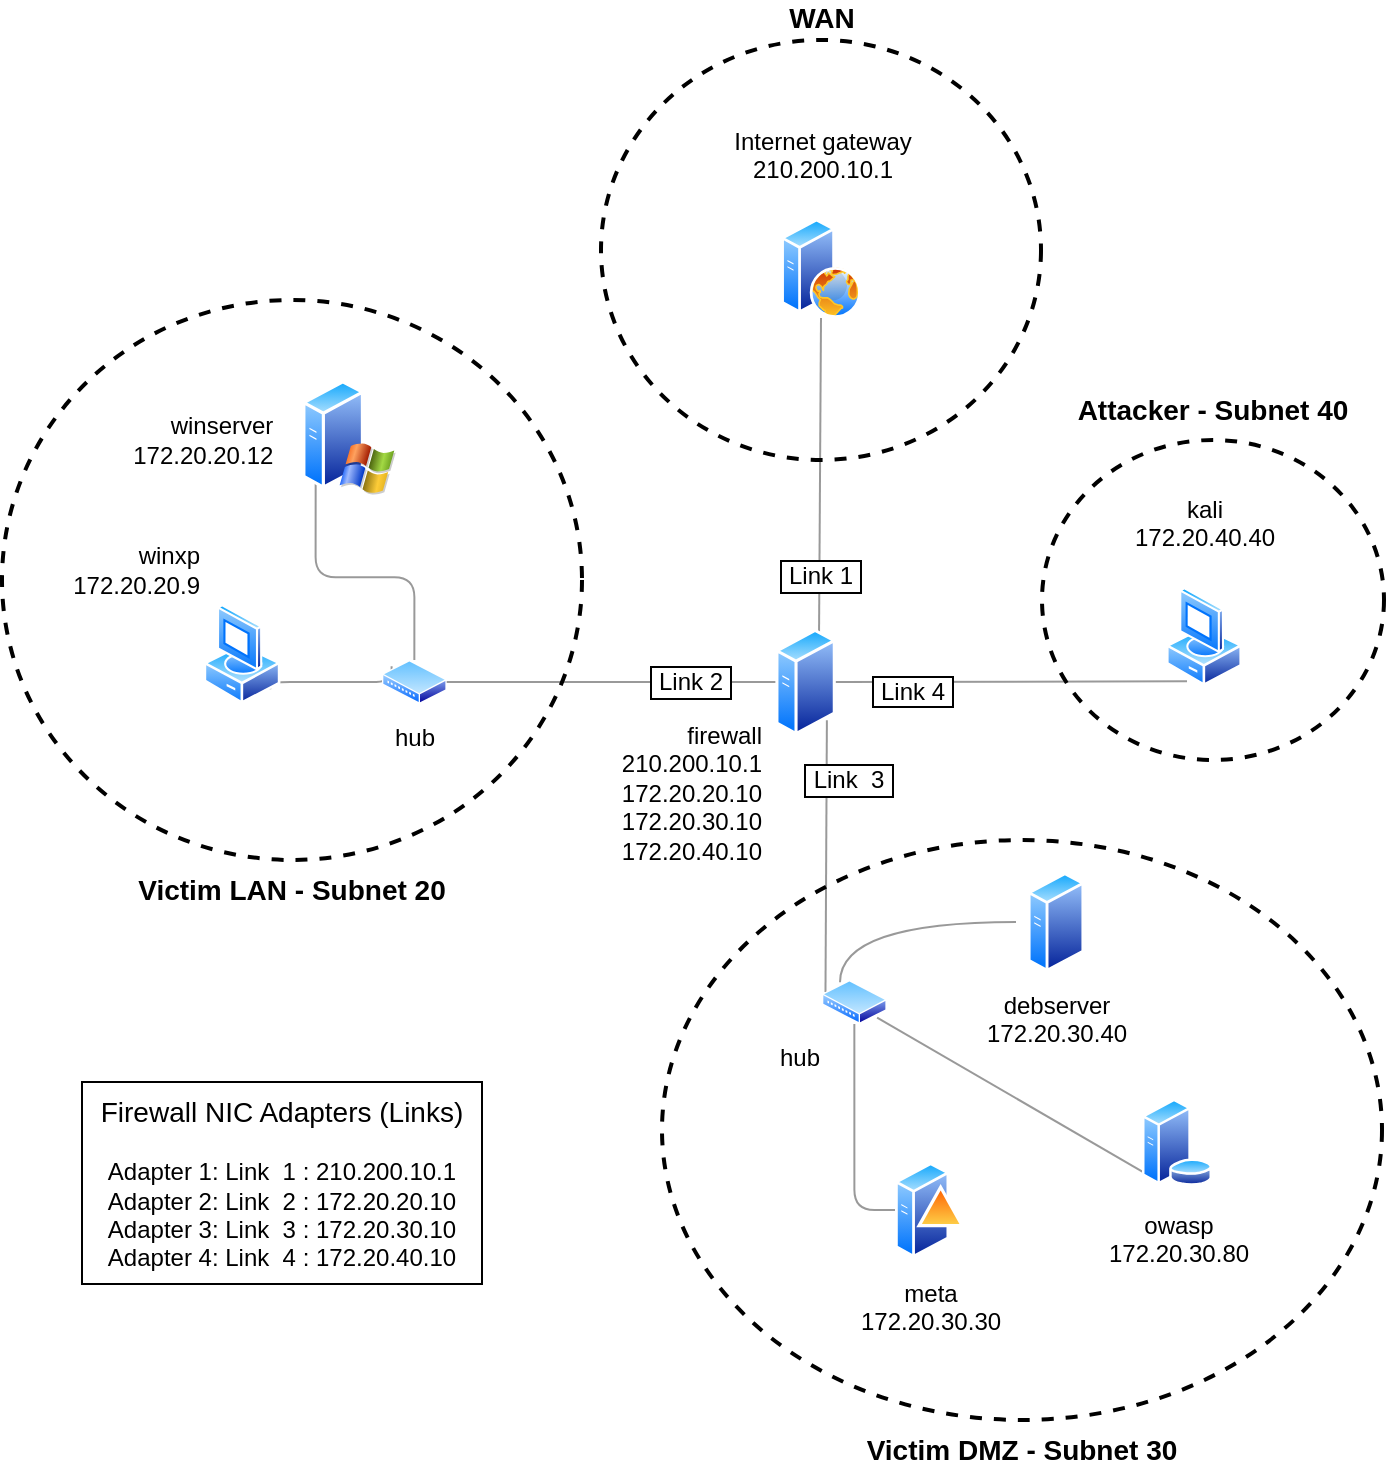
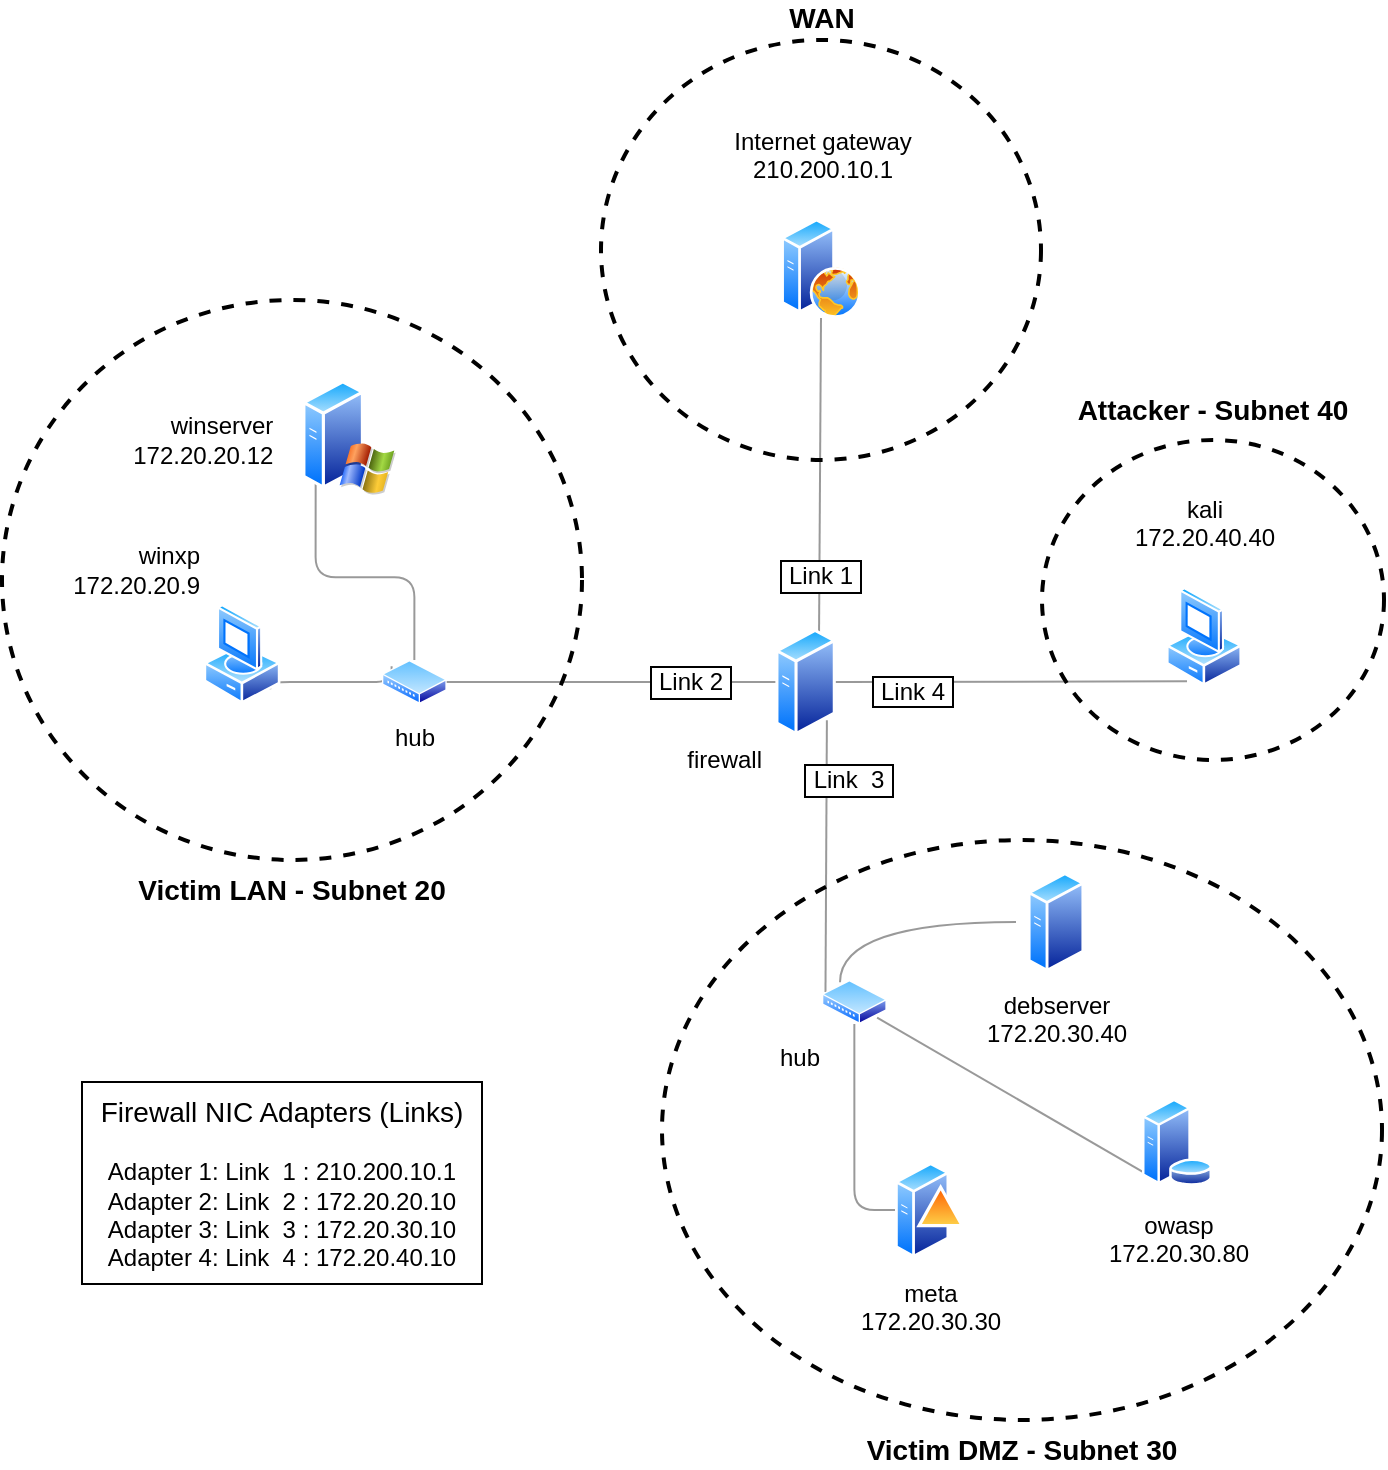
<mxfile host="app.diagrams.net">
  <diagram name="Seite-1" id="sI0nA2FEwm0xv5wlwKVV">
    <mxGraphModel dx="1940" dy="763" grid="1" gridSize="10" guides="1" tooltips="1" connect="1" arrows="1" fold="1" page="1" pageScale="1" pageWidth="827" pageHeight="1169" math="0" shadow="0">
      <root>
        <mxCell id="0" />
        <mxCell id="1" parent="0" />
        <mxCell id="a0UQNTms_buoy0jP--Xc-48" parent="1" style="ellipse;whiteSpace=wrap;html=1;fillColor=none;strokeWidth=2;labelPosition=center;verticalLabelPosition=top;align=center;verticalAlign=bottom;fontSize=14;fontStyle=1;dashed=1;strokeColor=light-dark(#000000,#FFF2CC);fontColor=light-dark(#000000,#FFF2CC);spacingTop=-1;spacingBottom=4;" value="Attacker - Subnet 40" vertex="1">
          <mxGeometry height="160" width="171" x="500" y="250" as="geometry" />
        </mxCell>
        <mxCell id="eCaSIDYicL7Bv3XTQ8XW-33" parent="1" style="ellipse;whiteSpace=wrap;html=1;fillColor=none;strokeWidth=2;labelPosition=center;verticalLabelPosition=top;align=center;verticalAlign=bottom;fontSize=14;fontStyle=1;dashed=1;strokeColor=light-dark(#000000,#FFF2CC);fontColor=light-dark(#000000,#FFF2CC);" value="WAN" vertex="1">
          <mxGeometry height="210" width="220" x="279.5" y="50" as="geometry" />
        </mxCell>
        <mxCell id="eCaSIDYicL7Bv3XTQ8XW-30" parent="1" style="ellipse;whiteSpace=wrap;html=1;fillColor=none;strokeWidth=2;labelPosition=center;verticalLabelPosition=bottom;align=center;verticalAlign=top;fontSize=14;fontStyle=1;dashed=1;strokeColor=light-dark(#000000,#FFF2CC);fontColor=light-dark(#000000,#FFF2CC);labelBorderColor=none;spacingTop=0;spacingBottom=7;" value="Victim DMZ - Subnet 30" vertex="1">
          <mxGeometry height="290" width="360" x="310" y="450" as="geometry" />
        </mxCell>
        <mxCell id="eCaSIDYicL7Bv3XTQ8XW-29" parent="1" style="ellipse;whiteSpace=wrap;html=1;fillColor=none;strokeWidth=2;labelPosition=center;verticalLabelPosition=bottom;align=center;verticalAlign=top;fontSize=14;fontStyle=1;dashed=1;strokeColor=light-dark(#000000,#FFF2CC);fontColor=light-dark(#000000,#FFF2CC);" value="Victim LAN - Subnet 20" vertex="1">
          <mxGeometry height="280" width="290" x="-20" y="180" as="geometry" />
        </mxCell>
        <mxCell id="eCaSIDYicL7Bv3XTQ8XW-1" parent="1" style="aspect=fixed;html=1;align=center;shadow=0;dashed=0;spacingTop=3;image=img/lib/active_directory/web_server.svg;labelPosition=center;verticalLabelPosition=top;verticalAlign=bottom;labelBackgroundColor=none;fontColor=light-dark(#000000,#FFFFFF);fontSize=12;shape=image;perimeter=ellipsePerimeter;" value="Internet gateway&lt;div&gt;210.200.10.1&lt;br&gt;&lt;br&gt;&lt;/div&gt;" vertex="1">
          <mxGeometry height="49.77" width="79" x="350" y="139.23000000000002" as="geometry" />
        </mxCell>
        <mxCell id="a0UQNTms_buoy0jP--Xc-31" edge="1" parent="1" source="eCaSIDYicL7Bv3XTQ8XW-10" style="rounded=0;orthogonalLoop=1;jettySize=auto;html=1;exitX=0.75;exitY=0;exitDx=0;exitDy=0;endArrow=none;endFill=0;curved=1;opacity=40;fontSize=12;labelBorderColor=light-dark(#000000,#FFB366);spacingLeft=-1;sourcePerimeterSpacing=0;startSize=6;spacingTop=100;entryX=0.5;entryY=1;entryDx=0;entryDy=0;" target="eCaSIDYicL7Bv3XTQ8XW-1" value="&lt;span&gt;&amp;nbsp;Link 1&amp;nbsp;&lt;/span&gt;">
          <mxGeometry relative="1" x="0.0031" as="geometry">
            <mxPoint as="offset" />
            <Array as="points" />
            <mxPoint x="400" y="150" as="targetPoint" />
          </mxGeometry>
        </mxCell>
-         <mxCell id="eCaSIDYicL7Bv3XTQ8XW-10" parent="1" style="image;aspect=fixed;perimeter=ellipsePerimeter;html=1;align=right;shadow=0;dashed=0;spacingTop=-10;image=img/lib/active_directory/generic_server.svg;fontSize=12;labelPosition=left;verticalLabelPosition=bottom;verticalAlign=top;spacingLeft=0;spacingRight=10;spacingBottom=0;spacing=-2;labelBackgroundColor=none;" value="firewall&lt;div&gt;210.200.10.1&lt;br&gt;172.20.20.10&lt;br&gt;172.20.30.10&lt;br&gt;172.20.40.10&lt;/div&gt;" vertex="1">
+         <mxCell id="eCaSIDYicL7Bv3XTQ8XW-10" parent="1" style="image;aspect=fixed;perimeter=ellipsePerimeter;html=1;align=right;shadow=0;dashed=0;spacingTop=2;image=img/lib/active_directory/generic_server.svg;fontSize=12;labelPosition=left;verticalLabelPosition=bottom;verticalAlign=top;spacingLeft=0;spacingRight=10;spacingBottom=0;spacing=-2;labelBackgroundColor=none;" value="firewall" vertex="1">
          <mxGeometry height="54" width="30.24" x="366.68" y="344" as="geometry" />
        </mxCell>
        <mxCell id="a0UQNTms_buoy0jP--Xc-1" edge="1" parent="1" source="eCaSIDYicL7Bv3XTQ8XW-17" style="edgeStyle=orthogonalEdgeStyle;rounded=0;orthogonalLoop=1;jettySize=auto;html=1;exitX=0;exitY=0.5;exitDx=0;exitDy=0;entryX=0.25;entryY=0;entryDx=0;entryDy=0;endArrow=none;endFill=0;curved=1;opacity=40;" target="eCaSIDYicL7Bv3XTQ8XW-35">
          <mxGeometry relative="1" as="geometry" />
        </mxCell>
        <mxCell id="eCaSIDYicL7Bv3XTQ8XW-17" parent="1" style="aspect=fixed;html=1;align=center;shadow=0;dashed=0;spacingTop=3;image=img/lib/active_directory/generic_server.svg;shape=image;labelBackgroundColor=none;verticalAlign=top;verticalLabelPosition=bottom;perimeter=ellipsePerimeter;" value="debserver&lt;div&gt;172.20.30.40&lt;/div&gt;" vertex="1">
          <mxGeometry height="50" width="40" x="487" y="466" as="geometry" />
        </mxCell>
        <mxCell id="a0UQNTms_buoy0jP--Xc-3" edge="1" parent="1" source="eCaSIDYicL7Bv3XTQ8XW-18" style="rounded=0;orthogonalLoop=1;jettySize=auto;html=1;exitX=0;exitY=1;exitDx=0;exitDy=0;entryX=1;entryY=1;entryDx=0;entryDy=0;endArrow=none;endFill=0;opacity=40;" target="eCaSIDYicL7Bv3XTQ8XW-35">
          <mxGeometry relative="1" as="geometry" />
        </mxCell>
        <mxCell id="eCaSIDYicL7Bv3XTQ8XW-18" parent="1" style="aspect=fixed;html=1;align=center;shadow=0;dashed=0;spacingTop=3;image=img/lib/active_directory/database_server.svg;shape=image;labelBackgroundColor=none;verticalAlign=top;verticalLabelPosition=bottom;perimeter=ellipsePerimeter;" value="owasp&lt;div&gt;172.20.30.80&lt;/div&gt;" vertex="1">
          <mxGeometry height="50" width="35" x="550" y="575.9999999999999" as="geometry" />
        </mxCell>
        <mxCell id="a0UQNTms_buoy0jP--Xc-2" edge="1" parent="1" source="eCaSIDYicL7Bv3XTQ8XW-19" style="edgeStyle=orthogonalEdgeStyle;rounded=1;orthogonalLoop=1;jettySize=auto;html=1;exitX=0;exitY=0.5;exitDx=0;exitDy=0;entryX=0.5;entryY=1;entryDx=0;entryDy=0;endArrow=none;endFill=0;curved=0;opacity=40;" target="eCaSIDYicL7Bv3XTQ8XW-35">
          <mxGeometry relative="1" as="geometry" />
        </mxCell>
        <mxCell id="eCaSIDYicL7Bv3XTQ8XW-19" parent="1" style="aspect=fixed;html=1;align=center;shadow=0;dashed=0;spacingTop=3;image=img/lib/active_directory/domain_controller.svg;shape=image;labelBackgroundColor=none;verticalAlign=top;verticalLabelPosition=bottom;perimeter=ellipsePerimeter;" value="meta&lt;div&gt;172.20.30.30&lt;/div&gt;" vertex="1">
          <mxGeometry height="50" width="35" x="426.5" y="609.9999999999999" as="geometry" />
        </mxCell>
        <mxCell id="eCaSIDYicL7Bv3XTQ8XW-39" edge="1" parent="1" source="eCaSIDYicL7Bv3XTQ8XW-20" style="edgeStyle=orthogonalEdgeStyle;rounded=1;orthogonalLoop=1;jettySize=auto;html=1;exitX=1;exitY=1;exitDx=0;exitDy=0;entryX=0;entryY=0;entryDx=0;entryDy=0;curved=0;endArrow=none;endFill=0;opacity=40;" target="eCaSIDYicL7Bv3XTQ8XW-36">
          <mxGeometry relative="1" as="geometry">
            <Array as="points">
              <mxPoint x="114" y="371" />
              <mxPoint x="175" y="371" />
            </Array>
          </mxGeometry>
        </mxCell>
        <mxCell id="eCaSIDYicL7Bv3XTQ8XW-20" parent="1" style="aspect=fixed;html=1;align=right;shadow=0;dashed=0;spacingTop=3;image=img/lib/active_directory/vista_client.svg;shape=image;labelBackgroundColor=none;verticalAlign=bottom;verticalLabelPosition=top;perimeter=ellipsePerimeter;labelPosition=left;" value="winxp&lt;div&gt;172.20.20.9&lt;/div&gt;" vertex="1">
          <mxGeometry height="50" width="40" x="80" y="332" as="geometry" />
        </mxCell>
        <mxCell id="eCaSIDYicL7Bv3XTQ8XW-40" edge="1" parent="1" source="eCaSIDYicL7Bv3XTQ8XW-21" style="edgeStyle=orthogonalEdgeStyle;rounded=1;orthogonalLoop=1;jettySize=auto;html=1;exitX=0;exitY=1;exitDx=0;exitDy=0;entryX=0.5;entryY=0;entryDx=0;entryDy=0;endArrow=none;endFill=0;curved=0;opacity=40;" target="eCaSIDYicL7Bv3XTQ8XW-36">
          <mxGeometry relative="1" as="geometry" />
        </mxCell>
        <mxCell id="eCaSIDYicL7Bv3XTQ8XW-21" parent="1" style="aspect=fixed;html=1;align=right;shadow=0;dashed=0;spacingTop=3;image=img/lib/active_directory/windows_server_2.svg;shape=image;labelBackgroundColor=none;verticalAlign=middle;verticalLabelPosition=middle;perimeter=ellipsePerimeter;labelPosition=left;" value="winserver&amp;nbsp; &amp;nbsp;&amp;nbsp;&lt;div&gt;172.20.20.12&amp;nbsp; &amp;nbsp;&amp;nbsp;&lt;/div&gt;" vertex="1">
          <mxGeometry height="57.32" width="47" x="130" y="220" as="geometry" />
        </mxCell>
        <mxCell id="a0UQNTms_buoy0jP--Xc-6" edge="1" parent="1" source="eCaSIDYicL7Bv3XTQ8XW-26" style="rounded=0;orthogonalLoop=1;jettySize=auto;html=1;entryX=1;entryY=0.5;entryDx=0;entryDy=0;endArrow=none;endFill=0;opacity=40;exitX=0.25;exitY=1;exitDx=0;exitDy=0;fontSize=12;labelPosition=center;verticalLabelPosition=top;align=center;verticalAlign=bottom;labelBorderColor=light-dark(#000000,#FFB366);textShadow=0;sourcePerimeterSpacing=0;spacingTop=0;spacingLeft=-100;spacingBottom=-15;labelBackgroundColor=default;" value="&amp;nbsp;Link 4&amp;nbsp;">
          <mxGeometry relative="1" as="geometry">
            <mxPoint x="581.8663594500567" y="360.91344597206444" as="sourcePoint" />
            <mxPoint x="396.919999999981" y="371" as="targetPoint" />
          </mxGeometry>
        </mxCell>
        <mxCell id="eCaSIDYicL7Bv3XTQ8XW-26" parent="1" style="image;aspect=fixed;perimeter=ellipsePerimeter;html=1;align=center;shadow=0;dashed=0;spacingTop=3;image=img/lib/active_directory/vista_client.svg;labelPosition=center;verticalLabelPosition=top;verticalAlign=bottom;labelBackgroundColor=none;" value="kali&lt;div&gt;172.20.40.40&lt;br&gt;&lt;br&gt;&lt;/div&gt;" vertex="1">
          <mxGeometry height="50" width="38" x="562" y="323.32" as="geometry" />
        </mxCell>
        <mxCell id="a0UQNTms_buoy0jP--Xc-4" edge="1" parent="1" source="eCaSIDYicL7Bv3XTQ8XW-35" style="rounded=1;orthogonalLoop=1;jettySize=auto;html=1;exitX=0;exitY=0.25;exitDx=0;exitDy=0;endArrow=none;endFill=0;opacity=40;entryX=1;entryY=1;entryDx=0;entryDy=0;fontSize=12;labelBorderColor=light-dark(#000000,#FFB366);spacingLeft=21;spacingBottom=77;" target="eCaSIDYicL7Bv3XTQ8XW-10" value="&amp;nbsp;Link&amp;nbsp; 3&amp;nbsp;">
          <mxGeometry relative="1" x="0.0035" as="geometry">
            <mxPoint as="offset" />
            <mxPoint x="370.0000000000001" y="429.9999999999999" as="targetPoint" />
          </mxGeometry>
        </mxCell>
        <mxCell id="eCaSIDYicL7Bv3XTQ8XW-35" parent="1" style="image;aspect=fixed;perimeter=ellipsePerimeter;html=1;align=right;shadow=0;dashed=0;spacingTop=3;image=img/lib/active_directory/wiring_hub.svg;labelPosition=left;verticalLabelPosition=bottom;verticalAlign=top;" value="hub" vertex="1">
          <mxGeometry height="22" width="32.35" x="390" y="519.9999999999999" as="geometry" />
        </mxCell>
        <mxCell id="eCaSIDYicL7Bv3XTQ8XW-36" parent="1" style="image;aspect=fixed;perimeter=ellipsePerimeter;html=1;align=center;shadow=0;dashed=0;spacingTop=3;image=img/lib/active_directory/wiring_hub.svg;" value="hub" vertex="1">
          <mxGeometry height="22" width="32.35" x="170" y="360" as="geometry" />
        </mxCell>
        <mxCell id="a0UQNTms_buoy0jP--Xc-5" edge="1" parent="1" source="eCaSIDYicL7Bv3XTQ8XW-36" style="edgeStyle=orthogonalEdgeStyle;rounded=0;orthogonalLoop=1;jettySize=auto;html=1;exitX=1;exitY=0.5;exitDx=0;exitDy=0;endArrow=none;endFill=0;entryX=0;entryY=0.5;entryDx=0;entryDy=0;opacity=40;fontSize=12;labelBorderColor=light-dark(#000000,#FFB366);spacingLeft=80;" target="eCaSIDYicL7Bv3XTQ8XW-10" value="&amp;nbsp;Link 2&amp;nbsp;">
          <mxGeometry relative="1" as="geometry">
            <mxPoint x="380" y="370" as="targetPoint" />
          </mxGeometry>
        </mxCell>
        <mxCell id="a0UQNTms_buoy0jP--Xc-8" edge="1" parent="1" source="eCaSIDYicL7Bv3XTQ8XW-33" style="edgeStyle=orthogonalEdgeStyle;rounded=0;orthogonalLoop=1;jettySize=auto;html=1;exitX=0.5;exitY=1;exitDx=0;exitDy=0;" target="eCaSIDYicL7Bv3XTQ8XW-33">
          <mxGeometry relative="1" as="geometry" />
        </mxCell>
        <mxCell id="a0UQNTms_buoy0jP--Xc-45" parent="1" style="text;html=1;whiteSpace=wrap;strokeColor=light-dark(#000000,#FFB366);fillColor=none;align=center;verticalAlign=middle;rounded=0;labelPosition=center;verticalLabelPosition=middle;perimeterSpacing=2;labelBorderColor=none;" value="&lt;font style=&quot;font-size: 14px;&quot;&gt;Firewall NIC Adapters (Links)&lt;/font&gt;&lt;br&gt;&lt;div&gt;&lt;br&gt;&lt;/div&gt;&lt;div&gt;Adapter 1: Link&amp;nbsp; 1 : 210.200.10.1&lt;br&gt;Adapter 2: Link&amp;nbsp; 2 : 172.20.20.10&lt;/div&gt;&lt;div&gt;Adapter 3: Link&amp;nbsp; 3 : 172.20.30.10&lt;br&gt;Adapter 4: Link&amp;nbsp; 4 : 172.20.40.10&lt;/div&gt;" vertex="1">
          <mxGeometry height="101" width="200" x="20" y="571" as="geometry" />
        </mxCell>
        <mxCell id="a0UQNTms_buoy0jP--Xc-49" edge="1" parent="1" source="eCaSIDYicL7Bv3XTQ8XW-30" style="edgeStyle=orthogonalEdgeStyle;rounded=0;orthogonalLoop=1;jettySize=auto;html=1;exitX=0.5;exitY=1;exitDx=0;exitDy=0;" target="eCaSIDYicL7Bv3XTQ8XW-30">
          <mxGeometry relative="1" as="geometry" />
        </mxCell>
      </root>
    </mxGraphModel>
  </diagram>
</mxfile>
